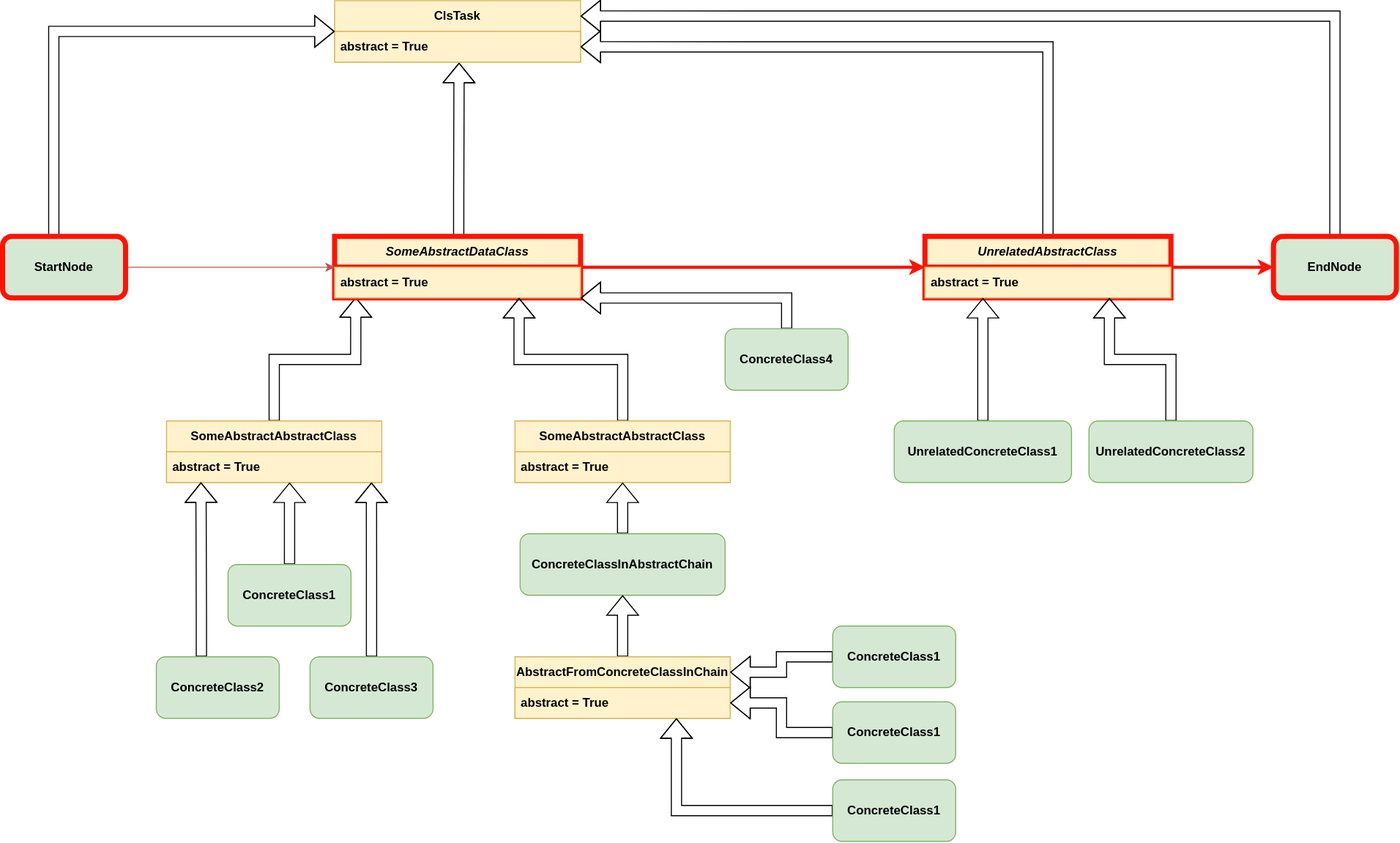
cls-python/cls-luigi keeps this draw.io diagram as vehicle_routing_example/pipeline_filter_repository_example.svg. Above is the earlier version. Source tidied: cells renumbered, new cells last; positions are measured from the earlier drawing's top-left corner, leaving out a move shared by most shapes.
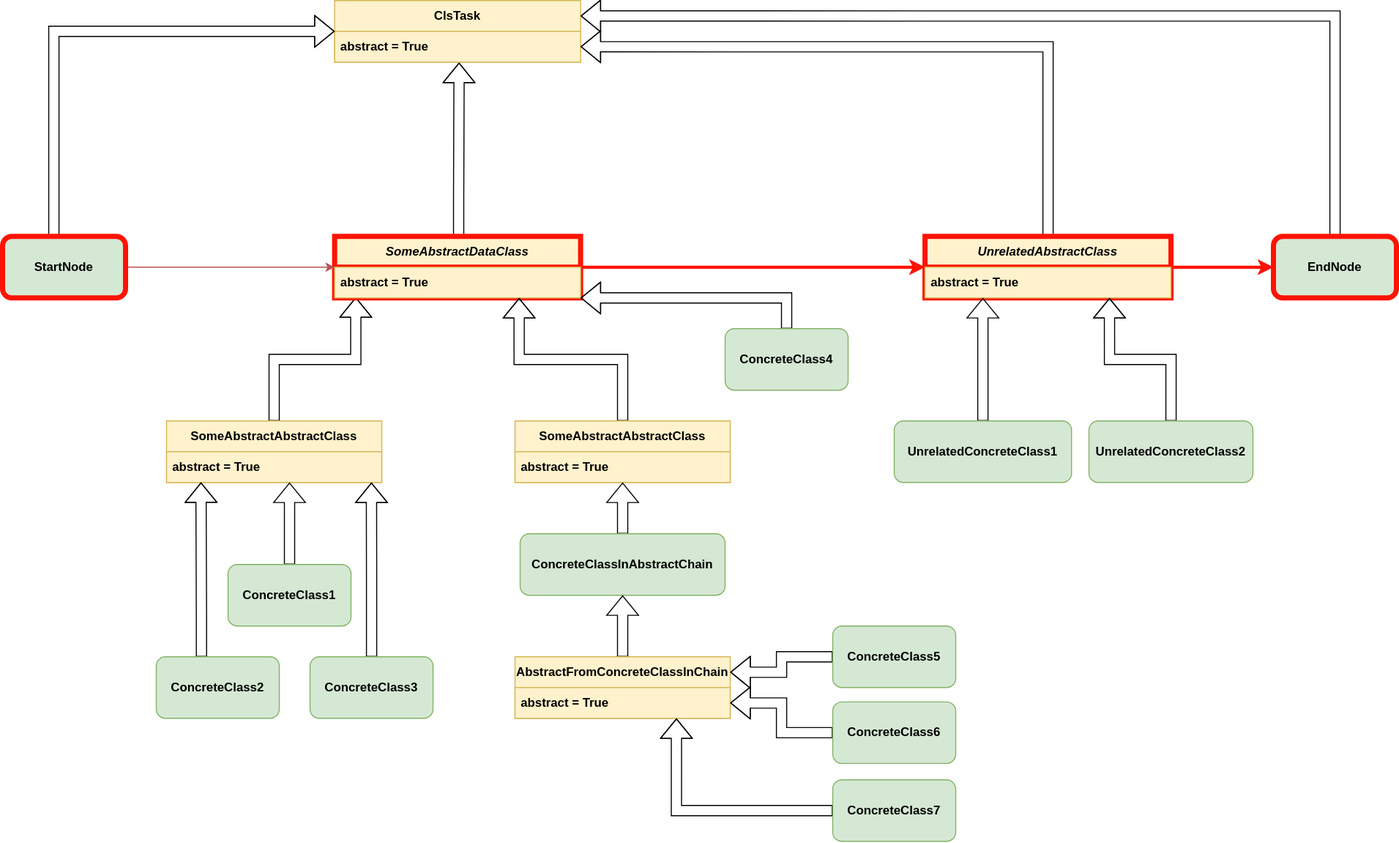
The same file after the commit.

Commit message:
fixes wrongly named classes in the example svg

What changed in the source:
```diff
@@ -145,19 +145,19 @@
     <mxCell id="40" style="edgeStyle=orthogonalEdgeStyle;shape=flexArrow;rounded=0;sketch=0;hachureGap=4;jiggle=2;curveFitting=1;jettySize=auto;html=1;entryX=0.75;entryY=1;entryDx=0;entryDy=0;fontFamily=Architects Daughter;fontSource=https%3A%2F%2Ffonts.googleapis.com%2Fcss%3Ffamily%3DArchitects%2BDaughter;fontSize=16;" parent="1" edge="1" source="41" target="38">
       <mxGeometry relative="1" as="geometry" />
     </mxCell>
-    <mxCell id="41" value="ConcreteClass1" style="rounded=1;whiteSpace=wrap;html=1;fillColor=#d5e8d4;strokeColor=#82b366;fontStyle=1;" parent="1" vertex="1">
+    <mxCell id="41" value="ConcreteClass7" style="rounded=1;whiteSpace=wrap;html=1;fillColor=#d5e8d4;strokeColor=#82b366;fontStyle=1;" parent="1" vertex="1">
       <mxGeometry x="810" y="760" width="120" height="60" as="geometry" />
     </mxCell>
     <mxCell id="42" style="edgeStyle=orthogonalEdgeStyle;shape=flexArrow;rounded=0;sketch=0;hachureGap=4;jiggle=2;curveFitting=1;jettySize=auto;html=1;entryX=1;entryY=0.75;entryDx=0;entryDy=0;fontFamily=Architects Daughter;fontSource=https%3A%2F%2Ffonts.googleapis.com%2Fcss%3Ffamily%3DArchitects%2BDaughter;fontSize=16;" parent="1" edge="1" source="43" target="38">
       <mxGeometry relative="1" as="geometry" />
     </mxCell>
-    <mxCell id="43" value="ConcreteClass1" style="rounded=1;whiteSpace=wrap;html=1;fillColor=#d5e8d4;strokeColor=#82b366;fontStyle=1;" parent="1" vertex="1">
+    <mxCell id="43" value="ConcreteClass6" style="rounded=1;whiteSpace=wrap;html=1;fillColor=#d5e8d4;strokeColor=#82b366;fontStyle=1;" parent="1" vertex="1">
       <mxGeometry x="810" y="684" width="120" height="60" as="geometry" />
     </mxCell>
     <mxCell id="44" style="edgeStyle=orthogonalEdgeStyle;shape=flexArrow;rounded=0;sketch=0;hachureGap=4;jiggle=2;curveFitting=1;jettySize=auto;html=1;entryX=1;entryY=0.25;entryDx=0;entryDy=0;fontFamily=Architects Daughter;fontSource=https%3A%2F%2Ffonts.googleapis.com%2Fcss%3Ffamily%3DArchitects%2BDaughter;fontSize=16;" parent="1" edge="1" source="45" target="38">
       <mxGeometry relative="1" as="geometry" />
     </mxCell>
-    <mxCell id="45" value="ConcreteClass1" style="rounded=1;whiteSpace=wrap;html=1;fillColor=#d5e8d4;strokeColor=#82b366;fontStyle=1;" parent="1" vertex="1">
+    <mxCell id="45" value="ConcreteClass5" style="rounded=1;whiteSpace=wrap;html=1;fillColor=#d5e8d4;strokeColor=#82b366;fontStyle=1;" parent="1" vertex="1">
       <mxGeometry x="810" y="610" width="120" height="60" as="geometry" />
     </mxCell>
   </root>
```
